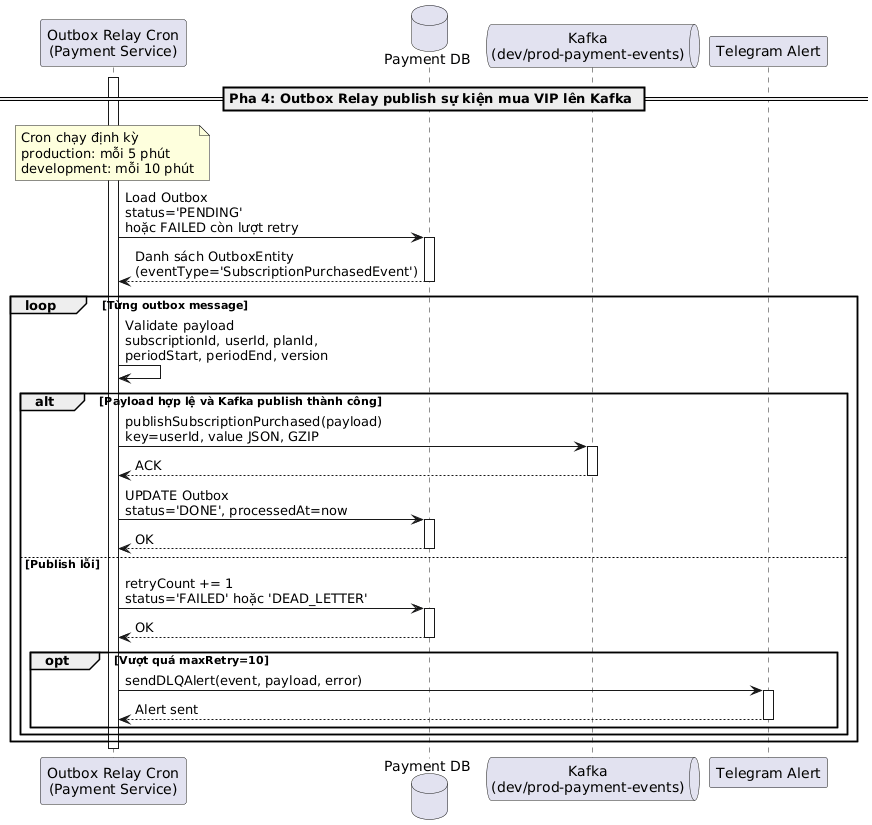
This is latex/contents/Sequence/UML-Sequence-PaymentOutboxRelayKafka.png from 20206205Tech/docs-latex, a PlantUML export, as it was before one commit. The source it was exported from:
```plantuml
@startuml
participant "Outbox Relay Cron\n(Payment Service)" as Relay
database "Payment DB" as DB
queue "Kafka\n(dev/prod-payment-events)" as Kafka
participant "Telegram Alert" as Telegram

== Pha 4: Outbox Relay publish sự kiện mua VIP lên Kafka ==

note over Relay: Cron chạy định kỳ\nproduction: mỗi 5 phút\ndevelopment: mỗi 10 phút
activate Relay

Relay -> DB: Load Outbox\nstatus='PENDING'\nhoặc FAILED còn lượt retry
activate DB
DB --> Relay: Danh sách OutboxEntity\n(eventType='SubscriptionPurchasedEvent')
deactivate DB

loop Từng outbox message
Relay -> Relay: Validate payload\nsubscriptionId, userId, planId,\nperiodStart, periodEnd, version

alt Payload hợp lệ và Kafka publish thành công
Relay -> Kafka: publishSubscriptionPurchased(payload)\nkey=userId, value JSON, GZIP
activate Kafka
Kafka --> Relay: ACK
deactivate Kafka

Relay -> DB: UPDATE Outbox\nstatus='DONE', processedAt=now
activate DB
DB --> Relay: OK
deactivate DB
else Publish lỗi
Relay -> DB: retryCount += 1\nstatus='FAILED' hoặc 'DEAD_LETTER'
activate DB
DB --> Relay: OK
deactivate DB

opt Vượt quá maxRetry=10
Relay -> Telegram: sendDLQAlert(event, payload, error)
activate Telegram
Telegram --> Relay: Alert sent
deactivate Telegram
end
end
end

deactivate Relay
@enduml
```
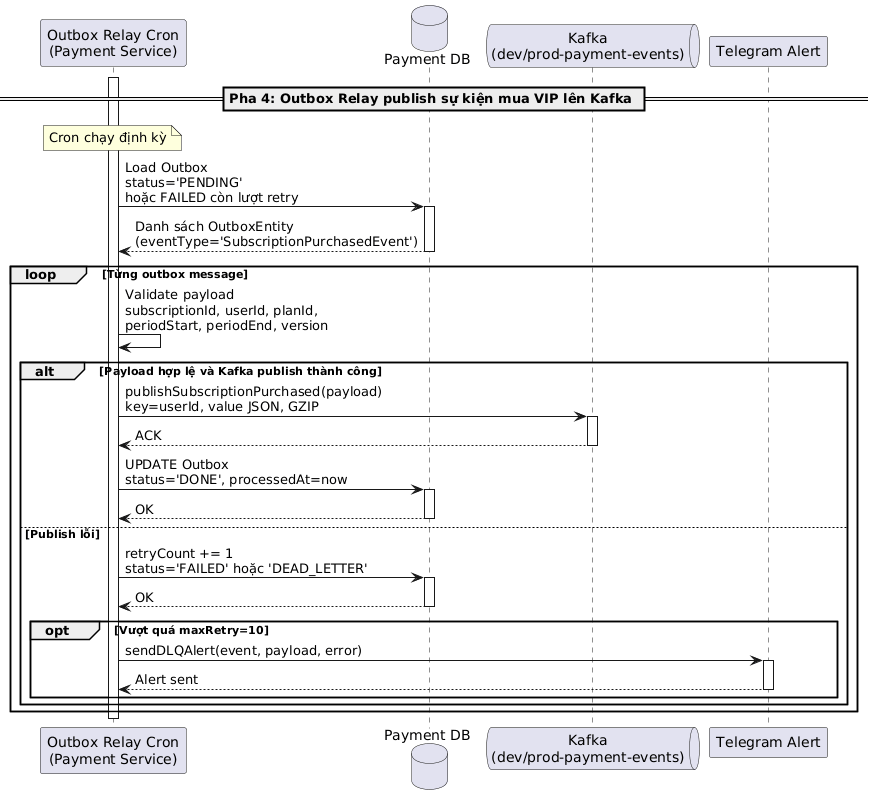
After the commit.

Diff of the diagram source:
```diff
@@ -6,7 +6,7 @@
 
 == Pha 4: Outbox Relay publish sự kiện mua VIP lên Kafka ==
 
-note over Relay: Cron chạy định kỳ\nproduction: mỗi 5 phút\ndevelopment: mỗi 10 phút
+note over Relay: Cron chạy định kỳ
 activate Relay
 
 Relay -> DB: Load Outbox\nstatus='PENDING'\nhoặc FAILED còn lượt retry
```
